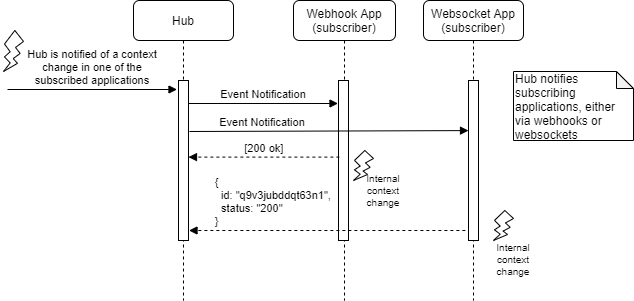
Before: docs/img/EventNotificationSequence.png, a diagram exported from draw.io (HL7/fhircast-docs). Source tidied: cells renumbered, new cells last; positions are measured from the earlier drawing's top-left corner, leaving out a move shared by most shapes.
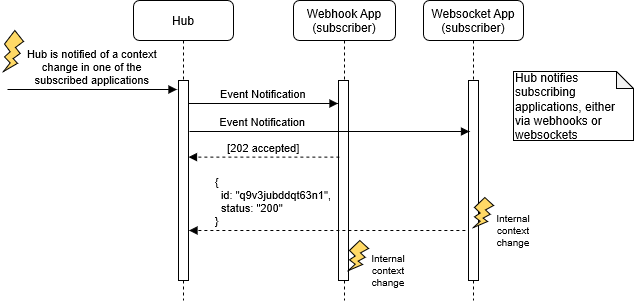
Above is the later version.

Change to the diagram source:
```diff
@@ -6,7 +6,7 @@
       <mxGeometry x="130" width="100" height="300" as="geometry" />
     </mxCell>
     <mxCell id="3" style="perimeter=orthogonalPerimeter;rounded=0;shadow=0;strokeWidth=1;" parent="2" vertex="1">
-      <mxGeometry x="45" y="80" width="10" height="160" as="geometry" />
+      <mxGeometry x="45" y="80" width="10" height="200" as="geometry" />
     </mxCell>
     <mxCell id="4" value="Event Notification" style="verticalAlign=bottom;endArrow=block;shadow=0;strokeWidth=1;" parent="1" edge="1">
       <mxGeometry relative="1" as="geometry">
@@ -18,18 +18,18 @@
       <mxGeometry x="290" width="102" height="300" as="geometry" />
     </mxCell>
     <mxCell id="6" style="perimeter=orthogonalPerimeter;rounded=0;shadow=0;strokeWidth=1;" parent="5" vertex="1">
-      <mxGeometry x="45" y="80" width="10" height="160" as="geometry" />
+      <mxGeometry x="45" y="80" width="10" height="200" as="geometry" />
     </mxCell>
-    <mxCell id="7" style="verticalLabelPosition=bottom;verticalAlign=top;html=1;shape=mxgraph.basic.flash;rounded=1;fontSize=10;" parent="5" vertex="1">
-      <mxGeometry x="60" y="150" width="20" height="30" as="geometry" />
+    <mxCell id="7" style="verticalLabelPosition=bottom;verticalAlign=top;html=1;shape=mxgraph.basic.flash;rounded=1;fontSize=10;fillColor=#FFD966;" parent="5" vertex="1">
+      <mxGeometry x="55" y="240" width="20" height="30" as="geometry" />
     </mxCell>
     <mxCell id="8" value="Internal context change" style="text;html=1;strokeColor=none;fillColor=none;align=center;verticalAlign=middle;whiteSpace=wrap;rounded=0;fontSize=10;" parent="5" vertex="1">
-      <mxGeometry x="70" y="180" width="40" height="20" as="geometry" />
+      <mxGeometry x="75" y="260" width="40" height="20" as="geometry" />
     </mxCell>
     <mxCell id="9" value="Hub notifies subscribing applications, either via webhooks or websockets" style="shape=note;whiteSpace=wrap;html=1;backgroundOutline=1;darkOpacity=0.05;rounded=1;align=left;size=17;" parent="1" vertex="1">
       <mxGeometry x="510" y="71" width="120" height="69" as="geometry" />
     </mxCell>
-    <mxCell id="10" value="[200 ok]" style="verticalAlign=bottom;endArrow=block;shadow=0;strokeWidth=1;fontSize=11;entryX=1;entryY=0.435;entryDx=0;entryDy=0;entryPerimeter=0;exitX=0.086;exitY=0.435;exitDx=0;exitDy=0;exitPerimeter=0;dashed=1;" parent="1" edge="1">
+    <mxCell id="10" value="[202 accepted]" style="verticalAlign=bottom;endArrow=block;shadow=0;strokeWidth=1;fontSize=11;entryX=1;entryY=0.435;entryDx=0;entryDy=0;entryPerimeter=0;exitX=0.086;exitY=0.435;exitDx=0;exitDy=0;exitPerimeter=0;dashed=1;" parent="1" edge="1">
       <mxGeometry relative="1" as="geometry">
         <mxPoint x="335.9" y="156.6" as="sourcePoint" />
         <mxPoint x="185" y="156.6" as="targetPoint" />
@@ -41,16 +41,16 @@
         <mxPoint x="173.5" y="89" as="targetPoint" />
       </mxGeometry>
     </mxCell>
-    <mxCell id="12" style="verticalLabelPosition=bottom;verticalAlign=top;html=1;shape=mxgraph.basic.flash;rounded=1;fontSize=10;" parent="1" vertex="1">
+    <mxCell id="12" style="verticalLabelPosition=bottom;verticalAlign=top;html=1;shape=mxgraph.basic.flash;rounded=1;fontSize=10;fillColor=#FFD966;" parent="1" vertex="1">
       <mxGeometry y="30" width="20" height="41" as="geometry" />
     </mxCell>
     <mxCell id="13" value="Websocket App&#10;(subscriber)" style="shape=umlLifeline;perimeter=lifelinePerimeter;rounded=1;shadow=0;strokeWidth=1;" parent="1" vertex="1">
       <mxGeometry x="420" width="100" height="300" as="geometry" />
     </mxCell>
     <mxCell id="14" style="points=[];perimeter=orthogonalPerimeter;rounded=0;shadow=0;strokeWidth=1;" parent="13" vertex="1">
-      <mxGeometry x="45" y="80" width="10" height="160" as="geometry" />
+      <mxGeometry x="45" y="80" width="10" height="200" as="geometry" />
     </mxCell>
-    <mxCell id="15" value="Event Notification" style="verticalAlign=bottom;endArrow=block;shadow=0;strokeWidth=1;entryX=0;entryY=0.313;entryDx=0;entryDy=0;entryPerimeter=0;" parent="1" edge="1" target="14">
+    <mxCell id="15" value="Event Notification" style="verticalAlign=bottom;endArrow=block;shadow=0;strokeWidth=1;entryX=0.098;entryY=0.255;entryDx=0;entryDy=0;entryPerimeter=0;" parent="1" edge="1" target="14">
       <mxGeometry x="-0.48" relative="1" as="geometry">
         <mxPoint x="186" y="131" as="sourcePoint" />
       </mxGeometry>
@@ -61,11 +61,11 @@
         <mxPoint x="185.5" y="230" as="targetPoint" />
       </mxGeometry>
     </mxCell>
-    <mxCell id="17" style="verticalLabelPosition=bottom;verticalAlign=top;html=1;shape=mxgraph.basic.flash;rounded=1;fontSize=10;" parent="1" vertex="1">
-      <mxGeometry x="490" y="210" width="20" height="30" as="geometry" />
+    <mxCell id="17" style="verticalLabelPosition=bottom;verticalAlign=top;html=1;shape=mxgraph.basic.flash;rounded=1;fontSize=10;fillColor=#FFD966;" parent="1" vertex="1">
+      <mxGeometry x="470" y="197" width="20" height="30" as="geometry" />
     </mxCell>
     <mxCell id="18" value="Internal context change" style="text;html=1;strokeColor=none;fillColor=none;align=center;verticalAlign=middle;whiteSpace=wrap;rounded=0;fontSize=10;" parent="1" vertex="1">
-      <mxGeometry x="490" y="249" width="40" height="20" as="geometry" />
+      <mxGeometry x="490" y="220" width="40" height="20" as="geometry" />
     </mxCell>
   </root>
 </mxGraphModel>
```
